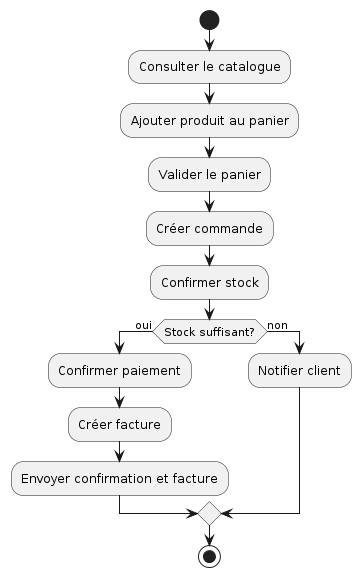
Above: assets/UML/GVActivites.png in Jeoffrey80/GreenVillage (PlantUML), before the change.
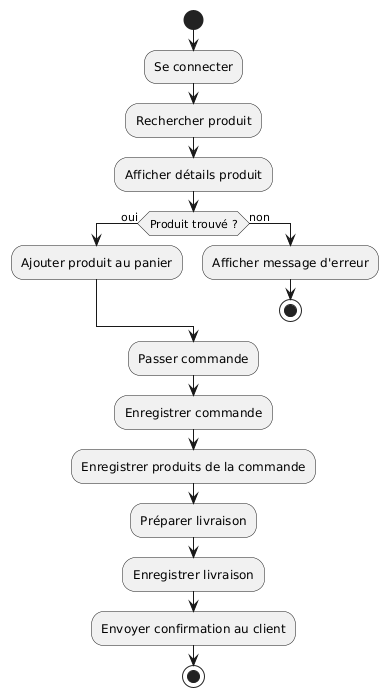
After the commit.

The edit, as a diff of the source:
```diff
@@ -1,16 +1,26 @@
 @startuml
 start
-:Consulter le catalogue;
-:Ajouter produit au panier;
-:Valider le panier;
-:Créer commande;
-:Confirmer stock;
-if (Stock suffisant?) then (oui)
-    :Confirmer paiement;
-    :Créer facture;
-    :Envoyer confirmation et facture;
+
+:Se connecter;
+:Rechercher produit;
+:Afficher détails produit;
+
+if (Produit trouvé ?) then (oui)
+  :Ajouter produit au panier;
 else (non)
-    :Notifier client;
+  :Afficher message d'erreur;
+  stop
 endif
+
+:Passer commande;
+
+:Enregistrer commande;
+:Enregistrer produits de la commande;
+
+:Préparer livraison;
+:Enregistrer livraison;
+
+:Envoyer confirmation au client;
+
 stop
 @enduml
```
